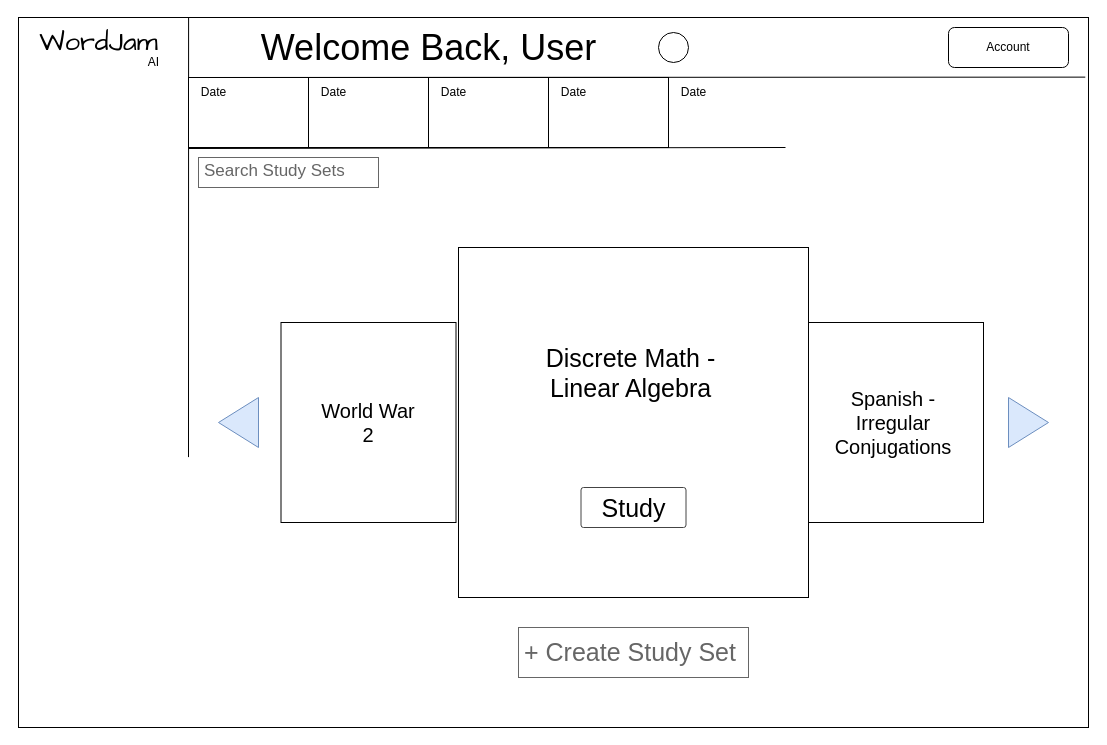
This is page "Homepage" (1 of 16) of 460prototype.drawio from mmeiser19/cpsc460, a draw.io file, before an edit. Source tidied: cells renumbered, new cells numbered last; positions are measured from the earlier drawing's top-left corner, leaving out a move shared by most shapes. Both pictures are drawn from the tidied source at 100%, with x=0, y=0 at pixel (18, 17).
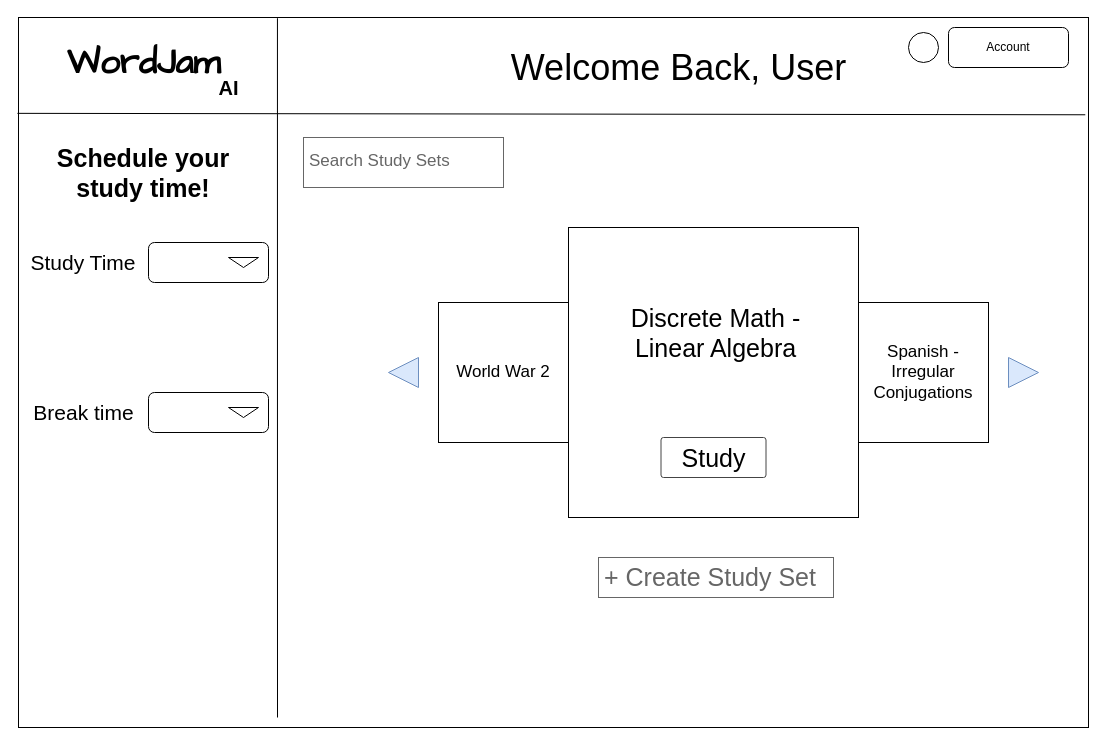
After the change.

The change refers to these unchanged cells:
```xml
<mxCell id="2" style="rounded=0;whiteSpace=wrap;html=1;" parent="1" vertex="1">
  <mxGeometry width="1070" height="710" as="geometry" />
</mxCell>
```

Diff of the diagram source:
```diff
@@
     <mxCell id="4" style="ellipse;whiteSpace=wrap;html=1;" parent="1" vertex="1">
-      <mxGeometry x="640" y="15" width="30" height="30" as="geometry" />
+      <mxGeometry x="890" y="15" width="30" height="30" as="geometry" />
     </mxCell>
-    <mxCell id="5" style="endArrow=none;html=1;rounded=0;entryX=0.158;entryY=0.001;entryDx=0;entryDy=0;entryPerimeter=0;" parent="1" edge="1">
-      <mxGeometry relative="1" as="geometry">
-        <mxPoint x="170" y="439.6" as="sourcePoint" />
-        <mxPoint x="170.1" as="targetPoint" />
-      </mxGeometry>
-    </mxCell>
-    <mxCell id="6" style="endArrow=none;html=1;rounded=0;entryX=0.997;entryY=0.084;entryDx=0;entryDy=0;entryPerimeter=0;" parent="1" edge="1" target="2">
-      <mxGeometry relative="1" as="geometry">
-        <mxPoint x="170" y="60" as="sourcePoint" />
-      </mxGeometry>
+    <mxCell id="6" style="endArrow=none;html=1;rounded=0;entryX=0.997;entryY=0.137;entryDx=0;entryDy=0;entryPerimeter=0;exitX=-0.001;exitY=0.135;exitDx=0;exitDy=0;exitPerimeter=0;" parent="1" edge="1" source="2" target="2">
+      <mxGeometry relative="1" as="geometry" />
     </mxCell>
-    <mxCell id="7" style="endArrow=none;html=1;rounded=0;entryX=1.002;entryY=0.135;entryDx=0;entryDy=0;entryPerimeter=0;" parent="1" edge="1">
-      <mxGeometry relative="1" as="geometry">
-        <mxPoint x="170" y="131" as="sourcePoint" />
-        <mxPoint x="767" y="130" as="targetPoint" />
-      </mxGeometry>
-    </mxCell>
-    <mxCell id="8" style="rounded=0;whiteSpace=wrap;html=1;" parent="1" vertex="1">
-      <mxGeometry x="170" y="60" width="120" height="70" as="geometry" />
-    </mxCell>
-    <mxCell id="9" style="rounded=0;whiteSpace=wrap;html=1;" parent="1" vertex="1">
-      <mxGeometry x="290" y="60" width="120" height="70" as="geometry" />
-    </mxCell>
-    <mxCell id="10" style="rounded=0;whiteSpace=wrap;html=1;" parent="1" vertex="1">
-      <mxGeometry x="410" y="60" width="120" height="70" as="geometry" />
-    </mxCell>
-    <mxCell id="11" style="rounded=0;whiteSpace=wrap;html=1;" parent="1" vertex="1">
-      <mxGeometry x="530" y="60" width="120" height="70" as="geometry" />
-    </mxCell>
-    <mxCell id="12" value="Date" style="text;html=1;align=center;verticalAlign=middle;strokeColor=none;fillColor=none;" parent="1" vertex="1">
-      <mxGeometry x="170" y="60" width="50" height="30" as="geometry" />
-    </mxCell>
-    <mxCell id="13" value="Date" style="text;html=1;align=center;verticalAlign=middle;strokeColor=none;fillColor=none;" parent="1" vertex="1">
-      <mxGeometry x="290" y="60" width="50" height="30" as="geometry" />
-    </mxCell>
-    <mxCell id="14" value="Date" style="text;html=1;align=center;verticalAlign=middle;strokeColor=none;fillColor=none;" parent="1" vertex="1">
-      <mxGeometry x="410" y="60" width="50" height="30" as="geometry" />
-    </mxCell>
-    <mxCell id="15" value="Date" style="text;html=1;align=center;verticalAlign=middle;strokeColor=none;fillColor=none;" parent="1" vertex="1">
-      <mxGeometry x="530" y="60" width="50" height="30" as="geometry" />
-    </mxCell>
-    <mxCell id="16" value="Date" style="text;html=1;align=center;verticalAlign=middle;strokeColor=none;fillColor=none;" parent="1" vertex="1">
-      <mxGeometry x="650" y="60" width="50" height="30" as="geometry" />
-    </mxCell>
-    <mxCell id="17" value="&lt;font face=&quot;Comic Sans MS&quot; style=&quot;font-size: 27px;&quot;&gt;WordJam&lt;/font&gt;" style="text;html=1;align=center;verticalAlign=middle;strokeColor=none;fillColor=none;" parent="1" vertex="1">
-      <mxGeometry x="5" width="150" height="50" as="geometry" />
-    </mxCell>
-    <mxCell id="18" value="AI" style="text;html=1;align=center;verticalAlign=middle;strokeColor=none;fillColor=none;" parent="1" vertex="1">
-      <mxGeometry x="120" y="30" width="30" height="30" as="geometry" />
-    </mxCell>
     <mxCell id="19" value="&lt;font style=&quot;font-size: 36px;&quot;&gt;Welcome Back, User&lt;/font&gt;" style="text;html=1;align=center;verticalAlign=middle;strokeColor=none;fillColor=none;" parent="1" vertex="1">
-      <mxGeometry x="230" width="360" height="60" as="geometry" />
+      <mxGeometry x="480" y="20" width="360" height="60" as="geometry" />
     </mxCell>
     <mxCell id="20" style="whiteSpace=wrap;html=1;" parent="1" vertex="1">
-      <mxGeometry x="440" y="230" width="350" height="350" as="geometry" />
+      <mxGeometry x="550" y="210" width="290" height="290" as="geometry" />
     </mxCell>
     <mxCell id="21" style="rounded=0;whiteSpace=wrap;html=1;" parent="1" vertex="1">
-      <mxGeometry x="790" y="305" width="175" height="200" as="geometry" />
+      <mxGeometry x="840" y="285" width="130" height="140" as="geometry" />
     </mxCell>
     <mxCell id="22" style="triangle;whiteSpace=wrap;html=1;fillColor=#dae8fc;strokeColor=#6c8ebf;" parent="1" vertex="1">
-      <mxGeometry x="990" y="380" width="40" height="50" as="geometry" />
+      <mxGeometry x="990" y="340" width="30" height="30" as="geometry" />
     </mxCell>
     <mxCell id="23" style="triangle;whiteSpace=wrap;html=1;fillColor=#dae8fc;strokeColor=#6c8ebf;direction=west;" parent="1" vertex="1">
-      <mxGeometry x="200" y="380" width="40" height="50" as="geometry" />
+      <mxGeometry x="370" y="340" width="30" height="30" as="geometry" />
     </mxCell>
     <mxCell id="24" value="&lt;font style=&quot;font-size: 25px;&quot;&gt;Discrete Math - Linear Algebra&lt;/font&gt;" style="text;html=1;strokeColor=none;fillColor=none;align=center;verticalAlign=middle;whiteSpace=wrap;rounded=0;" parent="1" vertex="1">
-      <mxGeometry x="525" y="340" width="175" height="30" as="geometry" />
+      <mxGeometry x="610" y="300" width="175" height="30" as="geometry" />
     </mxCell>
-    <mxCell id="25" value="&lt;font style=&quot;font-size: 20px;&quot;&gt;Spanish - Irregular Conjugations&lt;/font&gt;" style="text;html=1;strokeColor=none;fillColor=none;align=center;verticalAlign=middle;whiteSpace=wrap;rounded=0;" parent="1" vertex="1">
-      <mxGeometry x="820" y="390" width="110" height="30" as="geometry" />
+    <mxCell id="25" value="&lt;font style=&quot;font-size: 17px;&quot;&gt;Spanish - Irregular Conjugations&lt;/font&gt;" style="text;html=1;strokeColor=none;fillColor=none;align=center;verticalAlign=middle;whiteSpace=wrap;rounded=0;" parent="1" vertex="1">
+      <mxGeometry x="850" y="340" width="110" height="30" as="geometry" />
     </mxCell>
     <mxCell id="26" value="Search Study Sets" style="strokeWidth=1;shadow=0;dashed=0;align=center;html=1;shape=mxgraph.mockup.text.textBox;fontColor=#666666;align=left;fontSize=17;spacingLeft=4;spacingTop=-3;whiteSpace=wrap;strokeColor=#666666;mainText=;" parent="1" vertex="1">
-      <mxGeometry x="180" y="140" width="180" height="30" as="geometry" />
+      <mxGeometry x="285" y="120" width="200" height="50" as="geometry" />
     </mxCell>
     <mxCell id="27" value="&lt;font style=&quot;font-size: 25px;&quot;&gt;Study&lt;/font&gt;" style="strokeWidth=1;html=1;shadow=0;dashed=0;shape=mxgraph.ios.iTextInput;strokeColor=#444444;buttonText=;fontSize=8;whiteSpace=wrap;align=center;" parent="1" vertex="1">
-      <mxGeometry x="562.5" y="470" width="105" height="40" as="geometry" />
+      <mxGeometry x="642.5" y="420" width="105" height="40" as="geometry" />
     </mxCell>
-    <mxCell id="28" style="rounded=0;whiteSpace=wrap;html=1;" parent="1" vertex="1">
-      <mxGeometry x="262.5" y="305" width="175" height="200" as="geometry" />
-    </mxCell>
     <mxCell id="29" value="&lt;font style=&quot;font-size: 25px;&quot;&gt;+ Create Study Set&lt;/font&gt;" style="strokeWidth=1;shadow=0;dashed=0;align=center;html=1;shape=mxgraph.mockup.text.textBox;fontColor=#666666;align=left;fontSize=17;spacingLeft=4;spacingTop=-3;whiteSpace=wrap;strokeColor=#666666;mainText=;" parent="1" vertex="1">
-      <mxGeometry x="500" y="610" width="230" height="50" as="geometry" />
+      <mxGeometry x="580" y="540" width="235" height="40" as="geometry" />
     </mxCell>
+    <mxCell id="31" style="rounded=0;whiteSpace=wrap;html=1;" parent="1" vertex="1">
+      <mxGeometry x="420" y="285" width="130" height="140" as="geometry" />
+    </mxCell>
-    <mxCell id="30" value="&lt;font style=&quot;font-size: 20px;&quot;&gt;World War 2&lt;/font&gt;" style="text;html=1;strokeColor=none;fillColor=none;align=center;verticalAlign=middle;whiteSpace=wrap;rounded=0;" parent="1" vertex="1">
-      <mxGeometry x="300" y="390" width="100" height="30" as="geometry" />
+    <mxCell id="30" value="&lt;font style=&quot;font-size: 17px;&quot;&gt;World War 2&lt;/font&gt;" style="text;html=1;strokeColor=none;fillColor=none;align=center;verticalAlign=middle;whiteSpace=wrap;rounded=0;" parent="1" vertex="1">
+      <mxGeometry x="430" y="340" width="110" height="30" as="geometry" />
     </mxCell>
+    <mxCell id="17" value="&lt;font size=&quot;1&quot; face=&quot;Comic Sans MS&quot;&gt;&lt;b style=&quot;font-size: 35px;&quot;&gt;WordJam&lt;/b&gt;&lt;/font&gt;" style="text;html=1;align=center;verticalAlign=middle;strokeColor=none;fillColor=none;" parent="1" vertex="1">
+      <mxGeometry x="30" y="15" width="190" height="60" as="geometry" />
+    </mxCell>
+    <mxCell id="18" value="&lt;b&gt;&lt;font style=&quot;font-size: 20px;&quot;&gt;AI&lt;/font&gt;&lt;/b&gt;" style="text;html=1;align=center;verticalAlign=middle;strokeColor=none;fillColor=none;" parent="1" vertex="1">
+      <mxGeometry x="190" y="50" width="40" height="40" as="geometry" />
+    </mxCell>
+    <mxCell id="32" style="endArrow=none;html=1;rounded=0;entryX=0.242;entryY=0.001;entryDx=0;entryDy=0;entryPerimeter=0;" parent="1" edge="1" target="2">
+      <mxGeometry relative="1" as="geometry">
+        <mxPoint x="259" y="700" as="sourcePoint" />
+      </mxGeometry>
+    </mxCell>
+    <mxCell id="33" value="&lt;font style=&quot;font-size: 21px;&quot;&gt;Study Time&lt;br&gt;&lt;/font&gt;" style="text;html=1;strokeColor=none;fillColor=none;align=center;verticalAlign=middle;whiteSpace=wrap;rounded=0;" parent="1" vertex="1">
+      <mxGeometry x="10" y="230" width="110" height="30" as="geometry" />
+    </mxCell>
+    <mxCell id="34" value="&lt;font style=&quot;font-size: 21px;&quot;&gt;Break time&lt;/font&gt;" style="text;html=1;strokeColor=none;fillColor=none;align=center;verticalAlign=middle;whiteSpace=wrap;rounded=0;" parent="1" vertex="1">
+      <mxGeometry x="12.5" y="380" width="105" height="30" as="geometry" />
+    </mxCell>
+    <mxCell id="35" style="rounded=1;whiteSpace=wrap;html=1;" parent="1" vertex="1">
+      <mxGeometry x="130" y="225" width="120" height="40" as="geometry" />
+    </mxCell>
+    <mxCell id="36" style="triangle;whiteSpace=wrap;html=1;direction=south;" parent="1" vertex="1">
+      <mxGeometry x="210" y="240" width="30" height="10" as="geometry" />
+    </mxCell>
+    <mxCell id="37" value="&lt;font size=&quot;1&quot;&gt;&lt;b&gt;&lt;font style=&quot;font-size: 25px;&quot;&gt;Schedule your study time!&lt;/font&gt;&lt;/b&gt;&lt;/font&gt;" style="text;html=1;strokeColor=none;fillColor=none;align=center;verticalAlign=middle;whiteSpace=wrap;rounded=0;" parent="1" vertex="1">
+      <mxGeometry x="25" y="120" width="200" height="70" as="geometry" />
+    </mxCell>
+    <mxCell id="38" style="rounded=1;whiteSpace=wrap;html=1;" parent="1" vertex="1">
+      <mxGeometry x="130" y="375" width="120" height="40" as="geometry" />
+    </mxCell>
+    <mxCell id="39" style="triangle;whiteSpace=wrap;html=1;direction=south;" parent="1" vertex="1">
+      <mxGeometry x="210" y="390" width="30" height="10" as="geometry" />
+    </mxCell>
```
